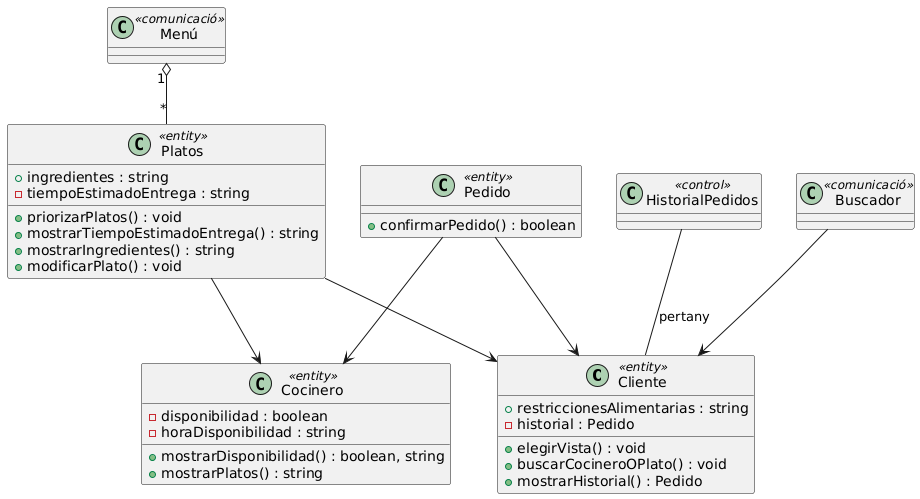
Earlier version of the PlantUML export documents/Diagrama Clases/Diagramas/bloq2_diagrama_clase.png (dabien3/ES25UAB-511-05). The source it was exported from:
```plantuml
@startuml
class Cliente <<entity>>
{
   +restriccionesAlimentarias : string
   +elegirVista() : void
   +buscarCocineroOPlato() : void
   -historial : Pedido
   +mostrarHistorial() : Pedido
}
class Cocinero <<entity>>
{
   -disponibilidad : boolean
   -horaDisponibilidad : string
   +mostrarDisponibilidad() : boolean, string
   +mostrarPlatos() : string
}
class Pedido <<entity>>
{
   +confirmarPedido() : boolean
}
class Platos <<entity>>
{
   +ingredientes : string
   -tiempoEstimadoEntrega : string
   +priorizarPlatos() : void
   +mostrarTiempoEstimadoEntrega() : string
   +mostrarIngredientes() : string
   +modificarPlato() : void
}

class Menú <<comunicació>>
class Buscador <<comunicació>>
class HistorialPedidos <<control>>
Pedido --> Cliente
Pedido --> Cocinero
Platos --> Cliente
Platos --> Cocinero
HistorialPedidos -- Cliente : pertany
Menú "1" o-- "*" Platos
Buscador --> Cliente
@enduml
```
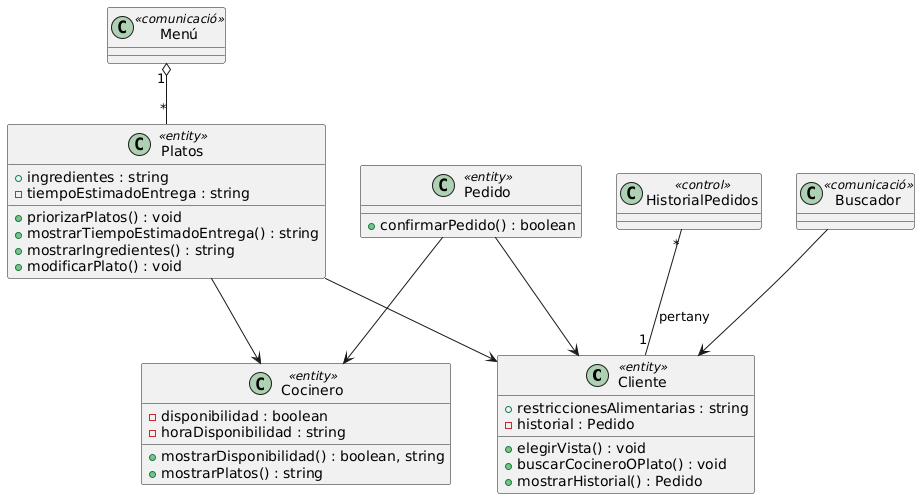
After the commit.

Commit message:
update bloq1bloq2 diagrama clase

Change to the diagram source:
```diff
@@ -35,7 +35,7 @@
 Pedido --> Cocinero
 Platos --> Cliente
 Platos --> Cocinero
-HistorialPedidos -- Cliente : pertany
+HistorialPedidos "*" -- "1" Cliente : pertany
 Menú "1" o-- "*" Platos
 Buscador --> Cliente
 @enduml
```
